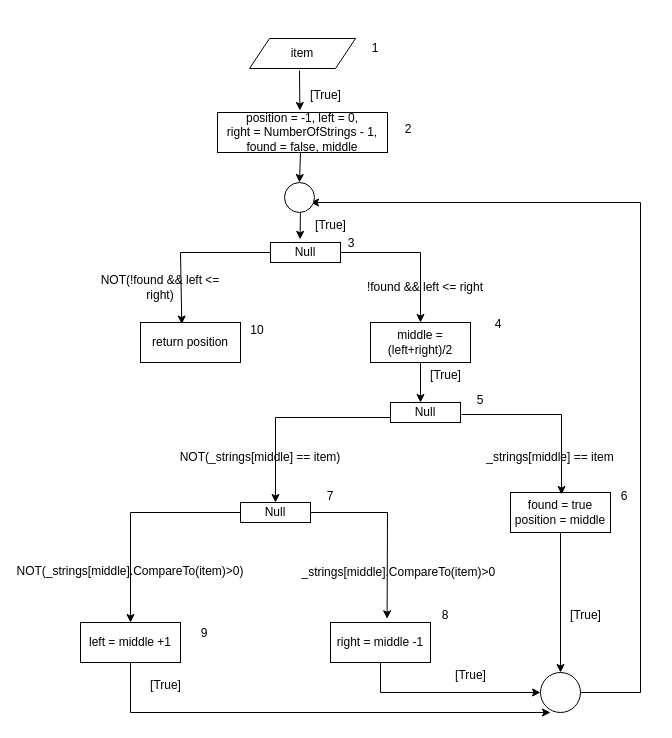
The draw.io diagram Data-Flow-Diagram.drawio in jonamadk/DrawIO, before the edit. Source tidied: cells renumbered, new cells numbered last; positions are measured from the earlier drawing's top-left corner, leaving out a move shared by most shapes. Both pictures are drawn from the tidied source at 100%, with x=0, y=0 at pixel (30, 38).
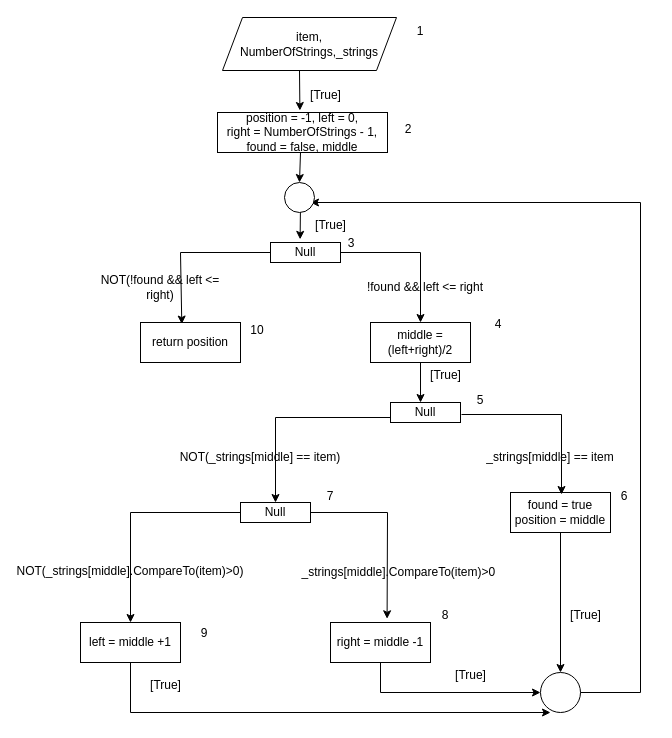
Above is the later version.

Diff of the diagram source:
```diff
@@
-    <mxCell id="2" value="item" style="shape=parallelogram;perimeter=parallelogramPerimeter;whiteSpace=wrap;html=1;fixedSize=1;" parent="1" vertex="1">
-      <mxGeometry x="219" width="106" height="30" as="geometry" />
+    <mxCell id="2" value="item,&lt;div&gt;NumberOfStrings,_strings&lt;/div&gt;" style="shape=parallelogram;perimeter=parallelogramPerimeter;whiteSpace=wrap;html=1;fixedSize=1;" parent="1" vertex="1">
+      <mxGeometry x="192" y="-21" width="174" height="53" as="geometry" />
     </mxCell>
@@
     <mxCell id="40" value="1&lt;div&gt;&lt;br&gt;&lt;/div&gt;" style="text;html=1;align=center;verticalAlign=middle;whiteSpace=wrap;rounded=0;" parent="1" vertex="1">
-      <mxGeometry x="315" y="2" width="60" height="30" as="geometry" />
+      <mxGeometry x="360" y="-15" width="60" height="30" as="geometry" />
     </mxCell>
```
